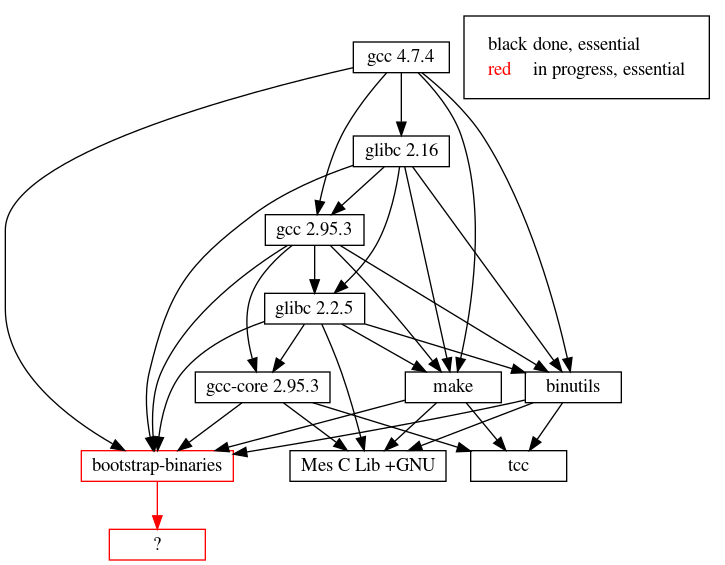
The Graphviz diagram doc/talks/fosdem20/stage-mesboot.png in snnw/mes, before a commit. Its source is kept beside it as doc/talks/fosdem20/stage-mesboot.dot.
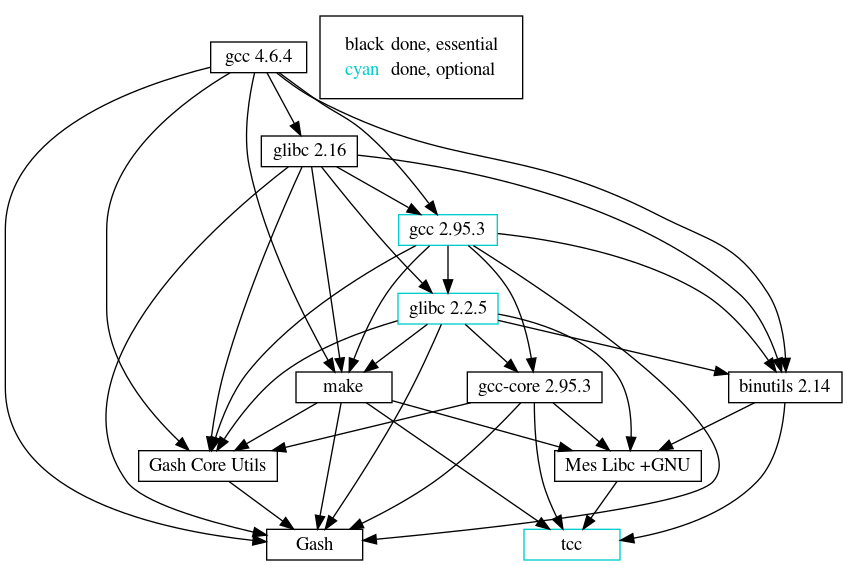
After the change.

Change to the diagram source:
```diff
@@ -2,108 +2,131 @@
   node[shape=box,width=1,height=0.25];
   edge [height=0.25];
 
-  # "hex0-monitor" [label = "hex0 Monitor", shape = box];
-  # "hex0-assembler" [label = "hex0 Assembler", shape = box];
+  # "hex0 Monitor" [label = "hex0 Monitor", shape = box];
+  # "hex0 Assembler" [label = "hex0 Assembler", shape = box];
   # "SET" [label = "SET editor", shape = box];
-  # "hex1-assembler" [label = "hex1 Assembler", shape = box];
-  # "hex2-assembler" [label = "hex2 Assembler", shape = box];
-  # "M1-Macro" [label = "M1 Macro assembler", shape = box];
-  # "cat" [label = "cat", shape = box];
+  # "hex1 Assembler" [label = "hex1 Assembler", shape = box];
+  # "hex2 Assembler" [label = "hex2 Assembler", shape = box];
+  # "M1 Macro assembler" [label = "M1 Macro assembler", shape = box];
+  # "catm" [label = "catm", shape = box];
   # "Slow_Lisp" [label = "Slow Lisp", shape = box];
   # "Stage0-FORTH" [label = "Stage0 FORTH", shape = box];
   # "cc_x86" [label = "cc_x86", shape = box];
   # "M2-Planet" [label = "M2-PLanet", shape = box];
   # "M2-Moon" [label = "M2-Moon", color = red1, shape = box];
   # "mescc-tools-seed" [label = "mescc-tools-seed", shape = box];
-  "?" [label = "?", color = red1, shape = box];
-  "bootstrap-binaries" [label = "bootstrap-binaries", color=red1, shape = box];
-  # "mescc-tools" [label = "mescc-tools", shape = box];
-  # "Mes C Lib.M2" [label = "Mes C Lib.M2", color = red1, shape = box];
-  # "mes.M2" [label = "mes.M2", color = red1, shape = box];
-  # "mescc" [label = "mescc", shape = box];
-  # "Mes C Lib +tcc" [label = "Mes C Lib +tcc", color = red1, shape = box];
-  "tcc" [label = "tcc", shape = box];
-  "Mes C Lib +GNU" [label = "Mes C Lib +GNU", shape = box];
+  # "%bootstrap Guile" [label = "%bootstrap Guile", color=cyan3, shape = box];
+  # "mescc-tools" [label = "mescc-tools", color = black, shape = box];
+
+  # "Mes' M2" [label = "Mes' M2", color = red1, shape = box];
+  # "Mes' Libc M2" [label = "Mes' Libc M2", color = red1, shape = box];
+  # "Mes" [label = "Mes", color = cyan3, shape = box];
+  # "Mes Libc" [label = "Mes Libc", color = cyan3, shape = box];
+  # "mescc" [label = "mescc", color = black, shape = box];
+  # "Mes Libc +TCC" [label = "Mes Libc +TCC", color = black, shape = box];
+
+  "tcc" [label = "tcc", color=cyan3, shape = box];
+  "Mes Libc +GNU" [label = "Mes Libc +GNU", shape = box];
   "gcc-core 2.95.3" [label = "gcc-core 2.95.3", shape = box];
-  "glibc 2.2.5" [label = "glibc 2.2.5", shape = box];
-  "gcc 2.95.3" [label = "gcc 2.95.3", shape = box];
+  "glibc 2.2.5" [label = "glibc 2.2.5", color=cyan3, shape = box];
+  "gcc 2.95.3" [label = "gcc 2.95.3", color=cyan3, shape = box];
   "glibc 2.16" [label = "glibc 2.16", shape = box];
-  "gcc 4.7.4" [label = "gcc 4.7.4", shape = box];
+  "gcc 4.6.4" [label = "gcc 4.6.4", shape = box];
 
-  # "SET" -> "hex0-monitor" [color = cyan];
-  # "hex0-assembler" -> "hex0-monitor" [color = black];
-  # "hex1-assembler" -> "hex0-assembler" [color = black];
-  # "hex2-assembler" -> "hex1-assembler" [color = black];
-  # "M1-Macro" -> "hex2-assembler" [color = black];
-  # "cat" -> "M1-Macro" [color = cyan];
-  # "Slow_Lisp" -> "M1-Macro" [color = green2];
-  # "Stage0-FORTH" -> "M1-Macro" [color = green2];
-  # "cc_x86" -> "M1-Macro" [color = black];
+  # "SET" -> "hex0 Monitor" [color = cyan];
+  # "hex0 Assembler" -> "hex0 Monitor" [color = black];
+  # "hex1 Assembler" -> "hex0 Assembler" [color = black];
+  # "hex2 Assembler" -> "hex1 Assembler" [color = black];
+  # "M1 Macro assembler" -> "hex2 Assembler" [color = black];
+  # "catm" -> "M1 Macro assembler" [color = cyan];
+  # "Slow_Lisp" -> "M1 Macro assembler" [color = green2];
+  # "Stage0-FORTH" -> "M1 Macro assembler" [color = green2];
+  # "cc_x86" -> "M1 Macro assembler" [color = black];
   # "M2-Planet" -> "cc_x86" [color = black];
-  # "M2-Moon" -> "M1-Macro" [color = red1];
+  # "M2-Moon" -> "M1 Macro assembler" [color = red1];
   # "mescc-tools-seed" -> "cc_x86" [color = black];
   # "mescc-tools" -> "mescc-tools-seed" [color = black];
   # "mescc-tools" -> "M2-Planet" [color = black];
-  "bootstrap-binaries" -> "?" [color = red1];
 
-  # "mes.M2" -> "bootstrap-binaries" [color = black];
-  # "mes.M2" -> "mescc-tools" [color = red1];
-  # "mes.M2" -> "Mes C Lib.M2" [color = red1];
-  # "mes.M2" -> "M2-Planet" [color = red1];
-  # "mescc" -> "mes.M2" [color = black];
+  # "Gash" -> "Mes' M2" [color = red1];
+  # "Gash" -> "%bootstrap Guile" [color = cyan3];
+  "Gash Core Utils" -> "Gash" [color = black];
+  # "Gash Core Utils" -> "%bootstrap Guile" [color = cyan3];
+  # "Gash Core Utils" -> "Mes' M2" [color = red1];
 
-  # "Mes C Lib +tcc" -> "mes.M2" [color = red1];
+  # "Mes' Libc M2" -> "M2-Planet" [color = red1];
 
-  # "tcc" -> "Mes C Lib +tcc" [color = black];
-  # "tcc" -> "bootstrap-binaries" [color = black];
+  # "Mes' M2" -> "mescc-tools" [color = red1];
+  # "Mes' M2" -> "Mes' Libc M2" [color = red1];
+  # "Mes' M2" -> "M2-Planet" [color = red1];
+
+  # "Mes" -> "mescc-tools" [color = cyan3];
+  # "Mes" -> "Mes Libc" [color = cyan3];
+  # "Mes" -> "Gash" [color = cyan3];
+  # "Mes" -> "Gash Core Utils" [color = cyan3];
+
+  # "mescc" -> "Mes' M2" [color = red1];
+  # "mescc" -> "Mes" [color = cyan3];
+
+  # "Mes Libc +TCC" -> "Mes" [color = cyan3];
+  # "Mes Libc +TCC" -> "Mes' M2" [color = red1];
+
+  # "tcc" -> "Mes Libc +TCC" [color = black];
+  # "tcc" -> "Gash" [color = black];
+  # "tcc" -> "Gash Core Utils" [color = black];
   # "tcc" -> "mescc" [color = black];
 
-  "gcc-core 2.95.3" -> "Mes C Lib +GNU" [color = black];
+  "Mes Libc +GNU" -> "tcc" [color = black];
+
+  "gcc-core 2.95.3" -> "Mes Libc +GNU" [color = black];
+  "gcc-core 2.95.3" -> "Gash" [color = black];
+  "gcc-core 2.95.3" -> "Gash Core Utils" [color = black];
   "gcc-core 2.95.3" -> "tcc" [color = black];
-  "gcc-core 2.95.3" -> "bootstrap-binaries" [color = black];
 
-  "binutils" -> "Mes C Lib +GNU" [color = black];
-  "binutils" -> "tcc" [color = black];
-  "binutils" -> "bootstrap-binaries" [color = black];
+  "make" -> "Mes Libc +GNU" [color = black];
+  "make" -> "tcc" [color = black];
+  "make" -> "Gash" [color = black];
+  "make" -> "Gash Core Utils" [color = black];
 
-  "make" -> "Mes C Lib +GNU" [color = black];
-  "make" -> "tcc" [color = black];
-  "make" -> "bootstrap-binaries" [color = black];
+  "binutils 2.14" -> "tcc" [color = black];
+  "binutils 2.14" -> "Mes Libc +GNU" [color = black];
 
   "glibc 2.2.5" -> "gcc-core 2.95.3" [color = black];
-  "glibc 2.2.5" -> "binutils" [color = black];
-  "glibc 2.2.5" -> "Mes C Lib +GNU" [color = black];
+  "glibc 2.2.5" -> "binutils 2.14" [color = black];
+  "glibc 2.2.5" -> "Mes Libc +GNU" [color = black];
   "glibc 2.2.5" -> "make" [color = black];
-  "glibc 2.2.5" -> "bootstrap-binaries" [color = black];
+  "glibc 2.2.5" -> "Gash" [color = black];
+  "glibc 2.2.5" -> "Gash Core Utils" [color = black];
 
   "gcc 2.95.3" -> "gcc-core 2.95.3" [color = black];
-  "gcc 2.95.3" -> "binutils" [color = black];
+  "gcc 2.95.3" -> "binutils 2.14" [color = black];
   "gcc 2.95.3" -> "glibc 2.2.5" [color = black];
   "gcc 2.95.3" -> "make" [color = black];
-  "gcc 2.95.3" -> "bootstrap-binaries" [color = black];
+  "gcc 2.95.3" -> "Gash" [color = black];
+  "gcc 2.95.3" -> "Gash Core Utils" [color = black];
 
   "glibc 2.16" -> "glibc 2.2.5" [color = black];
-  "glibc 2.16" -> "binutils" [color = black];
+  "glibc 2.16" -> "binutils 2.14" [color = black];
   "glibc 2.16" -> "gcc 2.95.3" [color = black];
   "glibc 2.16" -> "make" [color = black];
-  "glibc 2.16" -> "bootstrap-binaries" [color = black];
+  "glibc 2.16" -> "Gash" [color = black];
+  "glibc 2.16" -> "Gash Core Utils" [color = black];
 
-  "gcc 4.7.4" -> "glibc 2.16" [color = black];
-  "gcc 4.7.4" -> "binutils" [color = black];
-  "gcc 4.7.4" -> "gcc 2.95.3" [color = black];
-  "gcc 4.7.4" -> "make" [color = black];
-  "gcc 4.7.4" -> "bootstrap-binaries" [color = black];
+  "gcc 4.6.4" -> "glibc 2.16" [color = black];
+  "gcc 4.6.4" -> "binutils 2.14" [color = black];
+  "gcc 4.6.4" -> "gcc 2.95.3" [color = black];
+  "gcc 4.6.4" -> "make" [color = black];
+  "gcc 4.6.4" -> "Gash" [color = black];
+  "gcc 4.6.4" -> "Gash Core Utils" [color = black];
 
   node [shape=plaintext]
   subgraph cluster_01 {
     key [label=<<table border="0" cellpadding="2" cellspacing="0" cellborder="0">
       <tr><td align="left"><font color="black">black</font></td><td align="left">done, essential</td></tr>
+      <tr><td align="left"><font color="cyan3">cyan</font></td><td align="left">done, optional</td></tr>
 <!--
-      <tr><td align="left"><font color="cyan3">cyan</font></td><td align="left">done, optional</td></tr>
       <tr><td align="left"><font color="green3">green</font></td><td align="left">done, undecided</td></tr>
-!-->
       <tr><td align="left"><font color="red1">red</font></td><td align="left">in progress, essential</td></tr>
-<!--
       <tr><td align="left"><font color="orange">orange</font></td><td align="left">in progress, undecided</td></tr>
 !-->
       </table>>]
```
